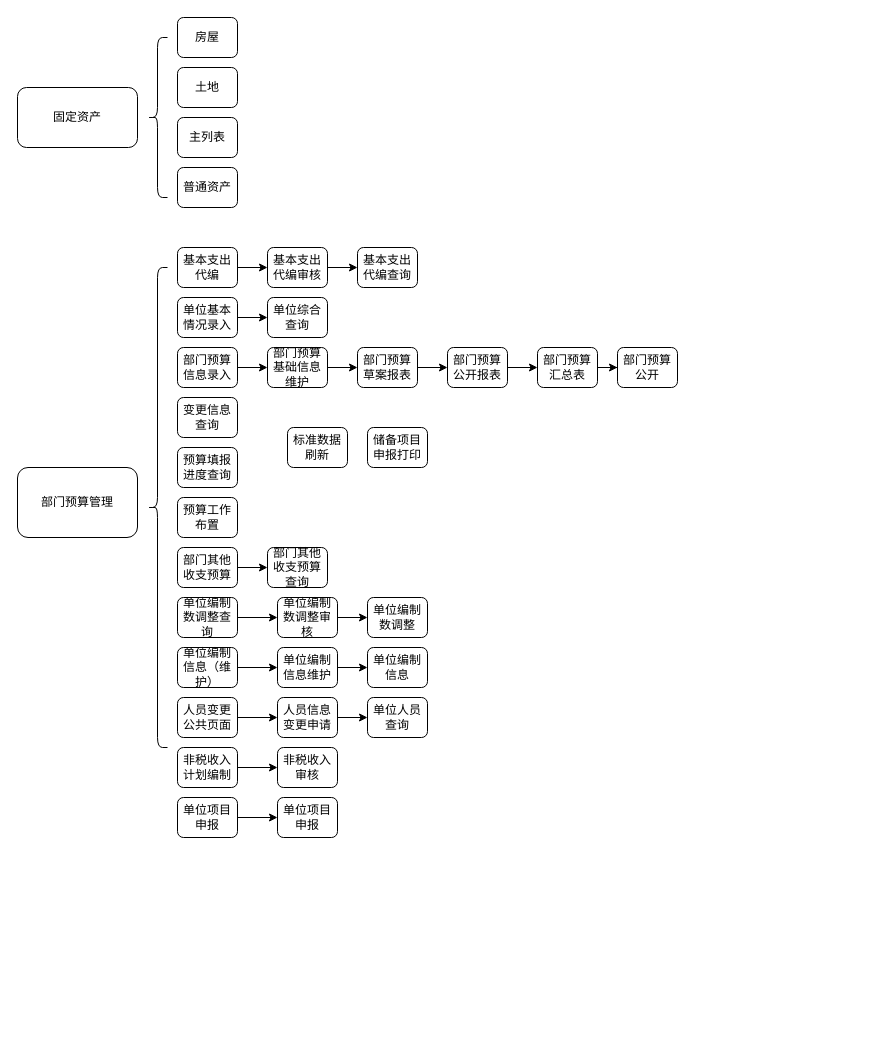
fishmc/2048 keeps this draw.io diagram as page "部门预算管理" (1 of 2) of cz.drawio. Above is the earlier version. Source tidied: cells renumbered, new cells numbered last; positions are measured from the earlier drawing's top-left corner, leaving out a move shared by most shapes. Both pictures are drawn from the tidied source at 100%, with x=0, y=0 at pixel (17, 17).
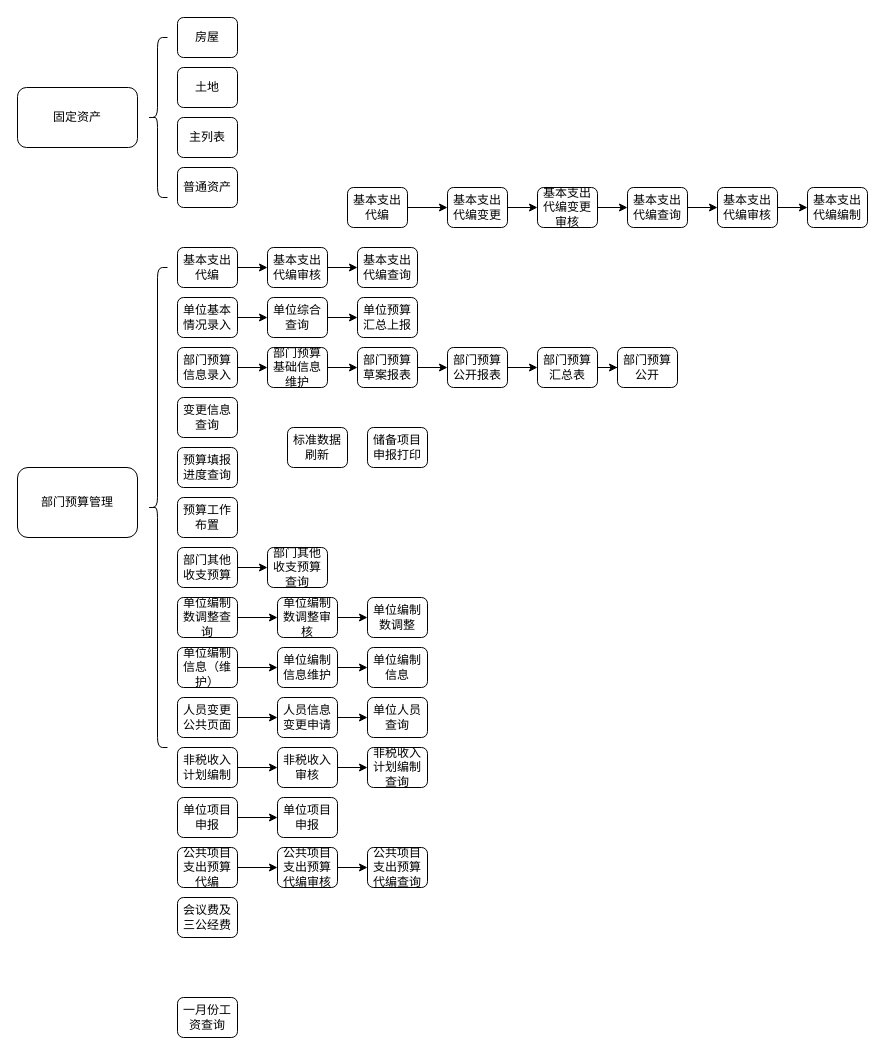
Above is the later version.

Unchanged cells that the change refers to:
```xml
<mxCell id="17" value="单位综合查询" style="rounded=1;whiteSpace=wrap;html=1;" parent="1" vertex="1">
  <mxGeometry x="250" y="280" width="60" height="40" as="geometry" />
</mxCell>
<mxCell id="54" value="非税收入审核" style="rounded=1;whiteSpace=wrap;html=1;" parent="1" vertex="1">
  <mxGeometry x="260" y="730" width="60" height="40" as="geometry" />
</mxCell>
```

Diff of the diagram source:
```diff
@@
+    <mxCell id="58" style="edgeStyle=orthogonalEdgeStyle;rounded=0;jettySize=auto;html=1;" parent="1" edge="1" source="17" target="59">
+      <mxGeometry relative="1" as="geometry" />
+    </mxCell>
@@
+    <mxCell id="59" value="单位预算汇总上报" style="rounded=1;whiteSpace=wrap;html=1;" parent="1" vertex="1">
+      <mxGeometry x="340" y="280" width="60" height="40" as="geometry" />
+    </mxCell>
@@
+    <mxCell id="60" style="edgeStyle=orthogonalEdgeStyle;rounded=0;jettySize=auto;html=1;" parent="1" edge="1" source="54" target="61">
+      <mxGeometry relative="1" as="geometry" />
+    </mxCell>
@@
+    <mxCell id="61" value="非税收入计划编制查询" style="rounded=1;whiteSpace=wrap;html=1;" parent="1" vertex="1">
+      <mxGeometry x="350" y="730" width="60" height="40" as="geometry" />
+    </mxCell>
@@
+    <mxCell id="62" style="edgeStyle=orthogonalEdgeStyle;rounded=0;jettySize=auto;html=1;" parent="1" edge="1" source="63" target="65">
+      <mxGeometry relative="1" as="geometry" />
+    </mxCell>
+    <mxCell id="63" value="公共项目支出预算代编" style="rounded=1;whiteSpace=wrap;html=1;" parent="1" vertex="1">
+      <mxGeometry x="160" y="830" width="60" height="40" as="geometry" />
+    </mxCell>
+    <mxCell id="64" style="edgeStyle=orthogonalEdgeStyle;rounded=0;jettySize=auto;html=1;" parent="1" edge="1" source="65" target="66">
+      <mxGeometry relative="1" as="geometry" />
+    </mxCell>
+    <mxCell id="65" value="公共项目支出预算代编审核" style="rounded=1;whiteSpace=wrap;html=1;" parent="1" vertex="1">
+      <mxGeometry x="260" y="830" width="60" height="40" as="geometry" />
+    </mxCell>
+    <mxCell id="66" value="公共项目支出预算代编查询" style="rounded=1;whiteSpace=wrap;html=1;" parent="1" vertex="1">
+      <mxGeometry x="350" y="830" width="60" height="40" as="geometry" />
+    </mxCell>
+    <mxCell id="67" value="会议费及三公经费" style="rounded=1;whiteSpace=wrap;html=1;" parent="1" vertex="1">
+      <mxGeometry x="160" y="880" width="60" height="40" as="geometry" />
+    </mxCell>
+    <mxCell id="68" style="edgeStyle=orthogonalEdgeStyle;rounded=0;jettySize=auto;html=1;" parent="1" edge="1" source="69" target="71">
+      <mxGeometry relative="1" as="geometry" />
+    </mxCell>
+    <mxCell id="69" value="基本支出代编" style="rounded=1;whiteSpace=wrap;html=1;" parent="1" vertex="1">
+      <mxGeometry x="330" y="170" width="60" height="40" as="geometry" />
+    </mxCell>
+    <mxCell id="70" style="edgeStyle=orthogonalEdgeStyle;rounded=0;jettySize=auto;html=1;" parent="1" edge="1" source="71" target="73">
+      <mxGeometry relative="1" as="geometry" />
+    </mxCell>
+    <mxCell id="71" value="基本支出代编变更" style="rounded=1;whiteSpace=wrap;html=1;" parent="1" vertex="1">
+      <mxGeometry x="430" y="170" width="60" height="40" as="geometry" />
+    </mxCell>
+    <mxCell id="72" style="edgeStyle=orthogonalEdgeStyle;rounded=0;jettySize=auto;html=1;" parent="1" edge="1" source="73" target="75">
+      <mxGeometry relative="1" as="geometry" />
+    </mxCell>
+    <mxCell id="73" value="基本支出代编变更审核" style="rounded=1;whiteSpace=wrap;html=1;" parent="1" vertex="1">
+      <mxGeometry x="520" y="170" width="60" height="40" as="geometry" />
+    </mxCell>
+    <mxCell id="74" style="edgeStyle=orthogonalEdgeStyle;rounded=0;jettySize=auto;html=1;" parent="1" edge="1" source="75" target="77">
+      <mxGeometry relative="1" as="geometry" />
+    </mxCell>
+    <mxCell id="75" value="基本支出代编查询" style="rounded=1;whiteSpace=wrap;html=1;" parent="1" vertex="1">
+      <mxGeometry x="610" y="170" width="60" height="40" as="geometry" />
+    </mxCell>
+    <mxCell id="76" style="edgeStyle=orthogonalEdgeStyle;rounded=0;jettySize=auto;html=1;" parent="1" edge="1" source="77" target="78">
+      <mxGeometry relative="1" as="geometry" />
+    </mxCell>
+    <mxCell id="77" value="基本支出代编审核" style="rounded=1;whiteSpace=wrap;html=1;" parent="1" vertex="1">
+      <mxGeometry x="700" y="170" width="60" height="40" as="geometry" />
+    </mxCell>
+    <mxCell id="78" value="基本支出代编编制" style="rounded=1;whiteSpace=wrap;html=1;" parent="1" vertex="1">
+      <mxGeometry x="790" y="170" width="60" height="40" as="geometry" />
+    </mxCell>
+    <mxCell id="79" value="一月份工资查询" style="rounded=1;whiteSpace=wrap;html=1;" parent="1" vertex="1">
+      <mxGeometry x="160" y="980" width="60" height="40" as="geometry" />
+    </mxCell>
```
